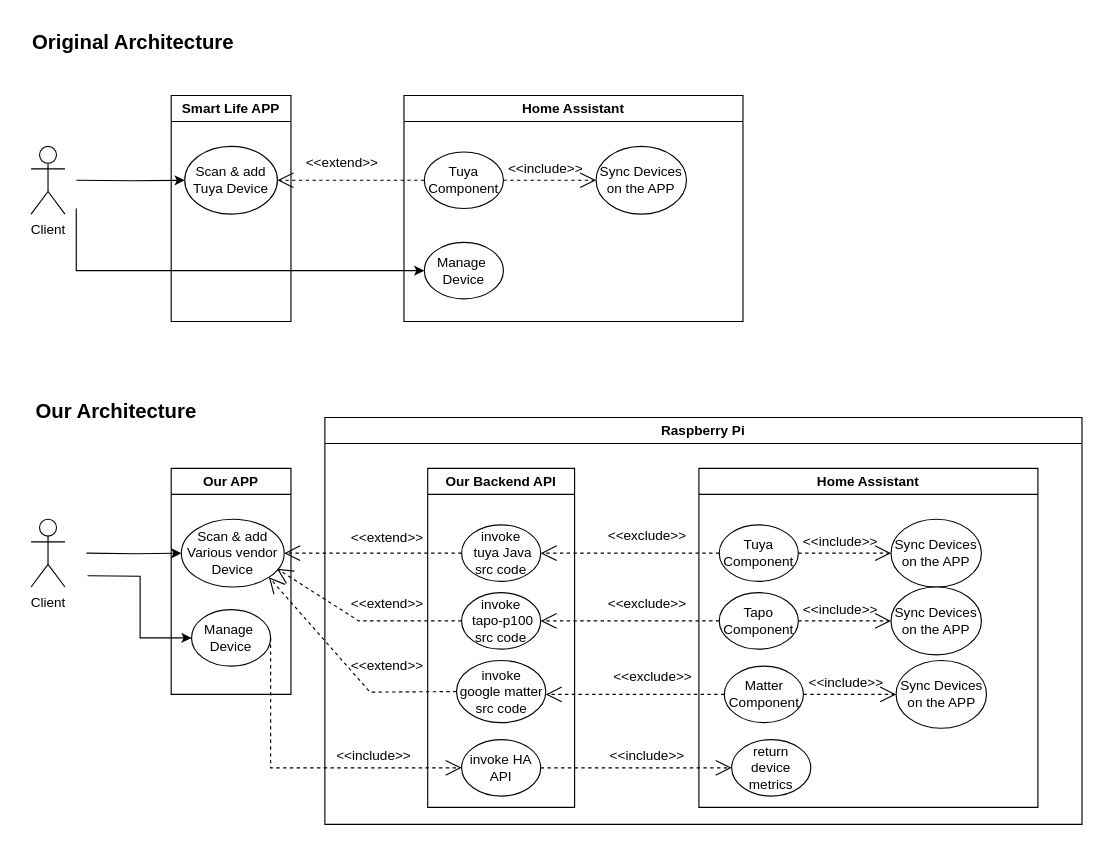
This is doc/useCase.drawio from weiyo176/HomeAssisstantIntegration, a draw.io file, before an edit. Source tidied: cells renumbered, new cells numbered last; positions are measured from the earlier drawing's top-left corner, leaving out a move shared by most shapes. Both pictures are drawn from the tidied source at 113%, with x=0, y=0 at pixel (19, 19).
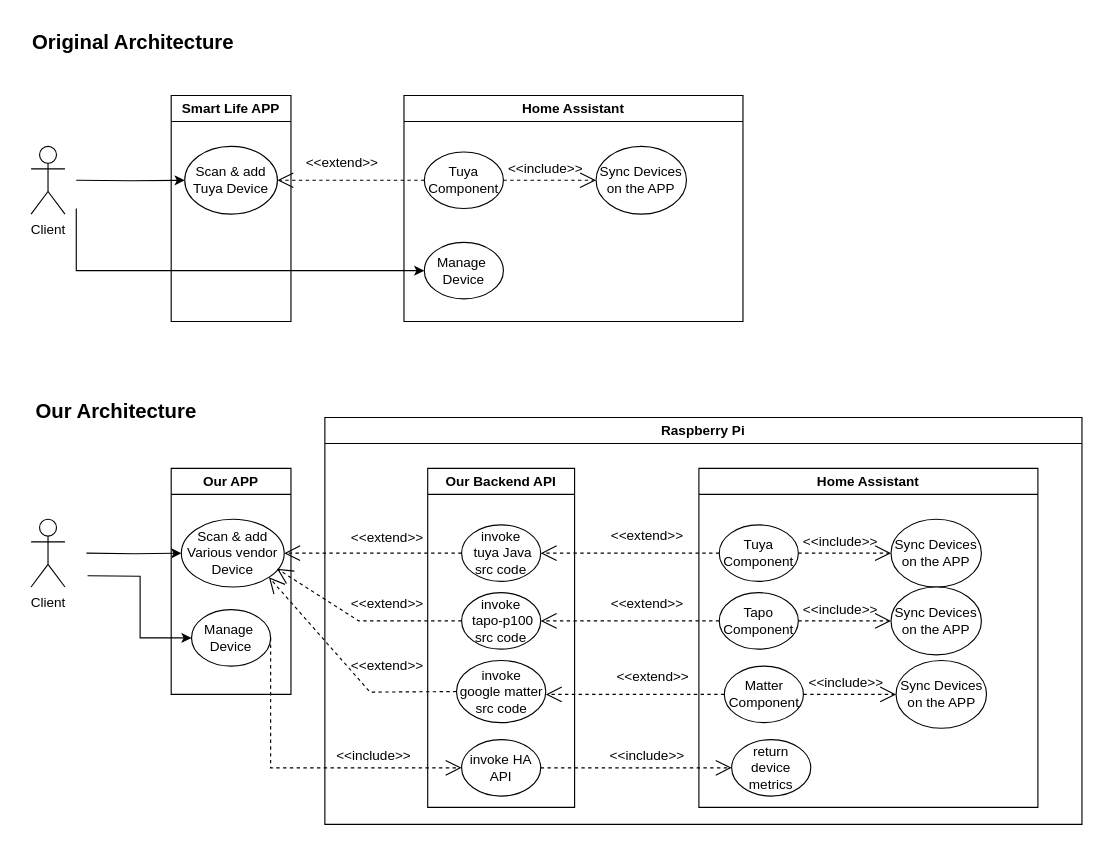
The same page after the edit.

The change refers to these unchanged cells:
```xml
<mxCell id="33" value="Raspberry Pi" style="swimlane;whiteSpace=wrap;html=1;startSize=23;" parent="1" vertex="1">
  <mxGeometry x="270" y="352" width="670" height="360" as="geometry" />
</mxCell>
```

The edit, as a diff of the source:
```diff
@@
-    <mxCell id="30" value="&amp;lt;&amp;lt;exclude&amp;gt;&amp;gt;" style="text;html=1;align=center;verticalAlign=middle;strokeColor=none;fillColor=none;" parent="1" vertex="1">
+    <mxCell id="30" value="&amp;lt;&amp;lt;extend&amp;gt;&amp;gt;" style="text;html=1;align=center;verticalAlign=middle;strokeColor=none;fillColor=none;" parent="1" vertex="1">
       <mxGeometry x="510" y="442" width="90" height="30" as="geometry" />
     </mxCell>
@@
-    <mxCell id="49" value="&amp;lt;&amp;lt;exclude&amp;gt;&amp;gt;" style="text;html=1;align=center;verticalAlign=middle;strokeColor=none;fillColor=none;" parent="33" vertex="1">
+    <mxCell id="49" value="&amp;lt;&amp;lt;extend&amp;gt;&amp;gt;" style="text;html=1;align=center;verticalAlign=middle;strokeColor=none;fillColor=none;" parent="33" vertex="1">
       <mxGeometry x="240" y="150" width="90" height="30" as="geometry" />
     </mxCell>
@@
-    <mxCell id="55" value="&amp;lt;&amp;lt;exclude&amp;gt;&amp;gt;" style="text;html=1;align=center;verticalAlign=middle;strokeColor=none;fillColor=none;" parent="33" vertex="1">
+    <mxCell id="55" value="&amp;lt;&amp;lt;extend&amp;gt;&amp;gt;" style="text;html=1;align=center;verticalAlign=middle;strokeColor=none;fillColor=none;" parent="33" vertex="1">
       <mxGeometry x="244.5" y="215" width="90" height="30" as="geometry" />
     </mxCell>
```
